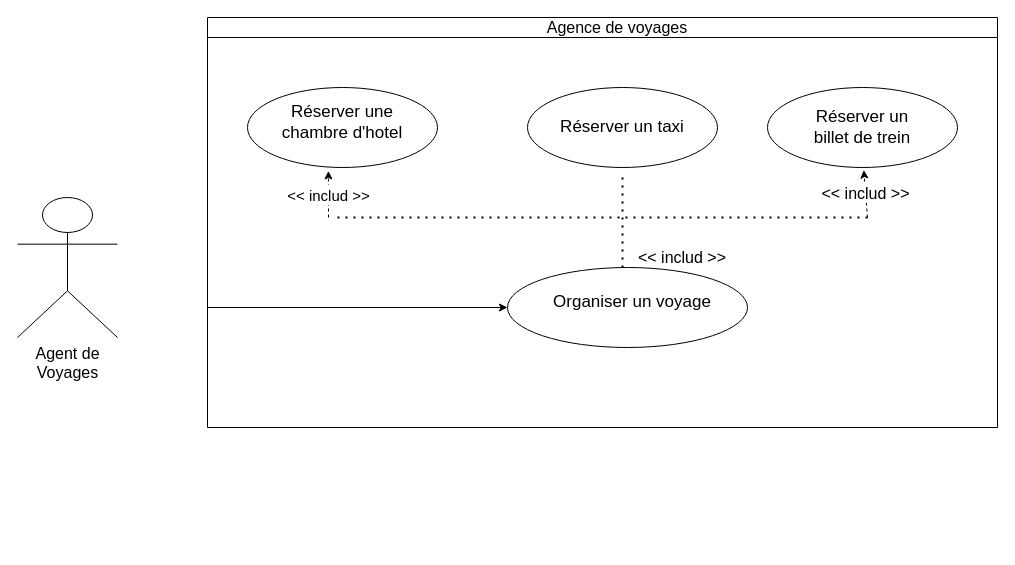
This is Untitled Diagram.drawio from zakaria-batty/Syst-me-de-r-servation-agence-de-voyage-, a draw.io file, before an edit. Source tidied: cells renumbered, new cells numbered last; positions are measured from the earlier drawing's top-left corner, leaving out a move shared by most shapes. Both pictures are drawn from the tidied source at 100%, with x=0, y=0 at pixel (17, 17).
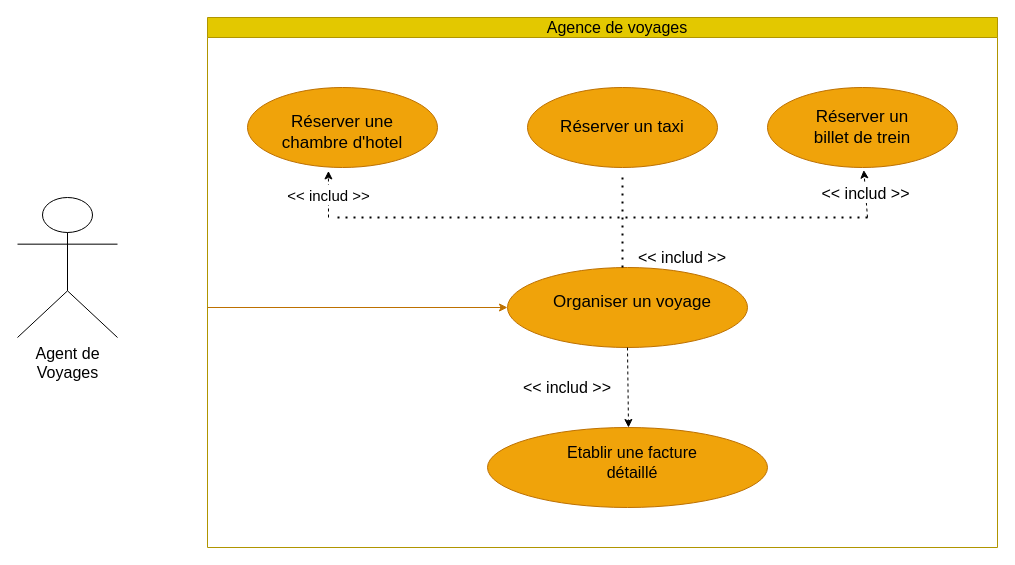
The same page after the edit.

The edit, as a diff of the source:
```diff
@@
-    <mxCell id="2" style="swimlane;html=1;startSize=20;horizontal=1;containerType=tree;glass=0;" parent="1" vertex="1">
-      <mxGeometry x="190" width="790" height="410" as="geometry" />
+    <mxCell id="2" style="swimlane;html=1;startSize=20;horizontal=1;containerType=tree;glass=0;fillColor=#e3c800;strokeColor=#B09500;fontColor=#ffffff;" parent="1" vertex="1">
+      <mxGeometry x="190" width="790" height="530" as="geometry" />
     </mxCell>
-    <mxCell id="3" value="&lt;span style=&quot;color: rgba(0 , 0 , 0 , 0) ; font-family: monospace ; font-size: 0px&quot;&gt;re&lt;/span&gt;" style="ellipse;whiteSpace=wrap;html=1;glass=0;gradientColor=none;fontSize=16;" parent="2" vertex="1">
+    <mxCell id="3" value="&lt;span style=&quot;color: rgba(0 , 0 , 0 , 0) ; font-family: monospace ; font-size: 0px&quot;&gt;re&lt;/span&gt;" style="ellipse;whiteSpace=wrap;html=1;glass=0;fontSize=16;fillColor=#f0a30a;strokeColor=#BD7000;fontColor=#ffffff;" parent="2" vertex="1">
       <mxGeometry x="40" y="70" width="190" height="80" as="geometry" />
     </mxCell>
-    <mxCell id="4" style="ellipse;whiteSpace=wrap;html=1;glass=0;gradientColor=none;fontSize=16;" parent="2" vertex="1">
+    <mxCell id="4" style="ellipse;whiteSpace=wrap;html=1;glass=0;fontSize=16;fillColor=#f0a30a;strokeColor=#BD7000;fontColor=#ffffff;" parent="2" vertex="1">
       <mxGeometry x="320" y="70" width="190" height="80" as="geometry" />
     </mxCell>
-    <mxCell id="5" style="ellipse;whiteSpace=wrap;html=1;glass=0;gradientColor=none;fontSize=16;" parent="2" vertex="1">
+    <mxCell id="5" style="ellipse;whiteSpace=wrap;html=1;glass=0;fontSize=16;fillColor=#f0a30a;strokeColor=#BD7000;fontColor=#ffffff;" parent="2" vertex="1">
       <mxGeometry x="560" y="70" width="190" height="80" as="geometry" />
     </mxCell>
-    <mxCell id="6" style="ellipse;whiteSpace=wrap;html=1;glass=0;gradientColor=none;fontSize=16;" parent="2" vertex="1">
+    <mxCell id="6" style="ellipse;whiteSpace=wrap;html=1;glass=0;fontSize=16;fillColor=#f0a30a;strokeColor=#BD7000;fontColor=#ffffff;" parent="2" vertex="1">
       <mxGeometry x="300" y="250" width="240" height="80" as="geometry" />
     </mxCell>
     <mxCell id="7" value="&lt;font style=&quot;font-size: 17px&quot;&gt;Réserver une chambre d'hotel&lt;/font&gt;" style="text;html=1;strokeColor=none;fillColor=none;align=center;verticalAlign=middle;whiteSpace=wrap;rounded=0;glass=0;fontSize=16;" parent="2" vertex="1">
-      <mxGeometry x="70" y="80" width="130" height="50" as="geometry" />
+      <mxGeometry x="70" y="90" width="130" height="50" as="geometry" />
     </mxCell>
@@
-    <mxCell id="17" style="endArrow=classic;html=1;shadow=0;fontSize=16;entryX=0;entryY=0.5;entryDx=0;entryDy=0;" parent="2" edge="1" target="6">
+    <mxCell id="17" style="endArrow=classic;html=1;shadow=0;fontSize=16;entryX=0;entryY=0.5;entryDx=0;entryDy=0;fillColor=#f0a30a;strokeColor=#BD7000;" parent="2" edge="1" target="6">
       <mxGeometry relative="1" as="geometry">
         <mxPoint y="290" as="sourcePoint" />
       </mxGeometry>
     </mxCell>
+    <mxCell id="20" style="ellipse;whiteSpace=wrap;html=1;glass=0;fontSize=16;fillColor=#f0a30a;strokeColor=#BD7000;fontColor=#ffffff;" parent="2" vertex="1">
+      <mxGeometry x="280" y="410" width="280" height="80" as="geometry" />
+    </mxCell>
+    <mxCell id="21" value="Etablir une facture détaillé" style="text;html=1;strokeColor=none;fillColor=none;align=center;verticalAlign=middle;whiteSpace=wrap;rounded=0;glass=0;fontSize=16;" parent="2" vertex="1">
+      <mxGeometry x="340" y="420" width="170" height="50" as="geometry" />
+    </mxCell>
+    <mxCell id="22" style="endArrow=classic;html=1;shadow=0;fontSize=16;dashed=1;exitX=0.5;exitY=1;exitDx=0;exitDy=0;" parent="2" edge="1" source="6">
+      <mxGeometry relative="1" as="geometry">
+        <mxPoint x="421" y="410" as="targetPoint" />
+      </mxGeometry>
+    </mxCell>
+    <mxCell id="23" value="&amp;lt;&amp;lt; includ &amp;gt;&amp;gt;" style="text;html=1;strokeColor=none;fillColor=none;align=center;verticalAlign=middle;whiteSpace=wrap;rounded=0;glass=0;fontSize=16;" parent="2" vertex="1">
+      <mxGeometry x="310" y="360" width="100" height="20" as="geometry" />
+    </mxCell>
```
